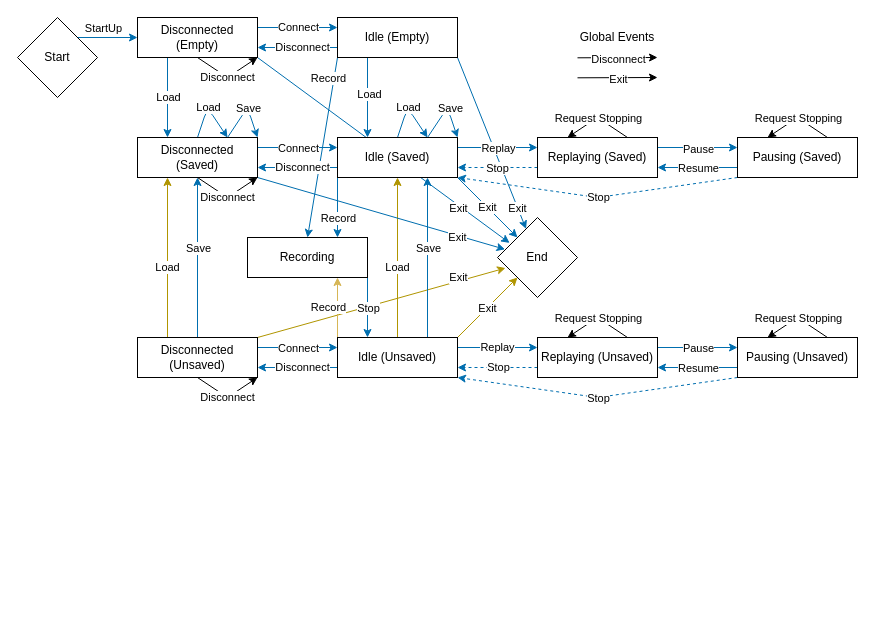
The draw.io diagram Design/States.drawio in nguyenquyhy/Flight-Recorder, before the edit. Source tidied: cells renumbered, new cells numbered last; positions are measured from the earlier drawing's top-left corner, leaving out a move shared by most shapes. Both pictures are drawn from the tidied source at 100%, with x=0, y=0 at pixel (17, 17).
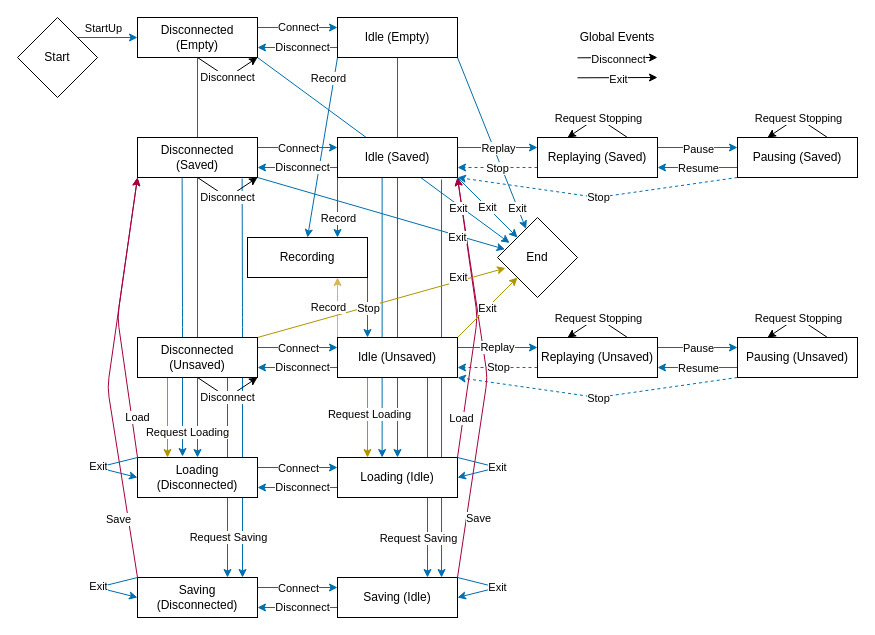
The same diagram, later.

Commit message (it also covers changes not shown here):
Support Save/Load huge files by serializing directly into stream

The change refers to these unchanged cells:
```xml
<mxCell id="81" value="Disconnected (Saved)" style="rounded=0;whiteSpace=wrap;html=1;" parent="1" vertex="1">
  <mxGeometry x="120" y="120" width="120" height="40" as="geometry" />
</mxCell>
<mxCell id="82" value="Idle (Saved)" style="rounded=0;whiteSpace=wrap;html=1;fontStyle=0;" parent="1" vertex="1">
  <mxGeometry x="320" y="120" width="120" height="40" as="geometry" />
</mxCell>
<mxCell id="84" value="Idle (Empty)" style="rounded=0;whiteSpace=wrap;html=1;fontStyle=0;" parent="1" vertex="1">
  <mxGeometry x="320" width="120" height="40" as="geometry" />
</mxCell>
<mxCell id="85" value="Disconnected (Empty)" style="rounded=0;whiteSpace=wrap;html=1;" parent="1" vertex="1">
  <mxGeometry x="120" width="120" height="40" as="geometry" />
</mxCell>
<mxCell id="87" value="Idle (Unsaved)" style="rounded=0;whiteSpace=wrap;html=1;fontStyle=0;" parent="1" vertex="1">
  <mxGeometry x="320" y="320" width="120" height="40" as="geometry" />
</mxCell>
<mxCell id="88" value="Disconnected (Unsaved)" style="rounded=0;whiteSpace=wrap;html=1;" parent="1" vertex="1">
  <mxGeometry x="120" y="320" width="120" height="40" as="geometry" />
</mxCell>
```

What changed in the source:
```diff
@@
+    <mxCell id="108" style="endArrow=classic;html=1;fillColor=#1ba1e2;strokeColor=#006EAF;exitX=0.867;exitY=1.05;exitDx=0;exitDy=0;exitPerimeter=0;entryX=0.867;entryY=0;entryDx=0;entryDy=0;entryPerimeter=0;" parent="1" edge="1" source="82" target="128">
+      <mxGeometry relative="1" as="geometry" />
+    </mxCell>
+    <mxCell id="60" style="endArrow=classic;html=1;exitX=0.5;exitY=1;exitDx=0;exitDy=0;entryX=0.5;entryY=0;entryDx=0;entryDy=0;fillColor=#1ba1e2;strokeColor=#006EAF;" parent="1" edge="1" source="84" target="122">
+      <mxGeometry relative="1" as="geometry" />
+    </mxCell>
+    <mxCell id="109" style="endArrow=classic;html=1;fillColor=#1ba1e2;strokeColor=#006EAF;exitX=0.372;exitY=1;exitDx=0;exitDy=0;exitPerimeter=0;entryX=0.372;entryY=0;entryDx=0;entryDy=0;entryPerimeter=0;" parent="1" edge="1" source="82" target="122">
+      <mxGeometry relative="1" as="geometry" />
+    </mxCell>
+    <mxCell id="77" style="endArrow=classic;html=1;exitX=0.872;exitY=1.027;exitDx=0;exitDy=0;fillColor=#1ba1e2;strokeColor=#006EAF;exitPerimeter=0;entryX=0.875;entryY=0;entryDx=0;entryDy=0;entryPerimeter=0;" parent="1" edge="1" source="81" target="127">
+      <mxGeometry relative="1" as="geometry">
+        <Array as="points">
+          <mxPoint x="225" y="300" />
+        </Array>
+      </mxGeometry>
+    </mxCell>
+    <mxCell id="79" style="endArrow=classic;html=1;exitX=0.75;exitY=1;exitDx=0;exitDy=0;fillColor=#1ba1e2;strokeColor=#006EAF;entryX=0.75;entryY=0;entryDx=0;entryDy=0;" parent="1" edge="1" source="88" target="127">
+      <mxGeometry relative="1" as="geometry" />
+    </mxCell>
+    <mxCell id="80" value="Request Saving" style="edgeLabel;html=1;align=center;verticalAlign=middle;" parent="79" vertex="1">
+      <mxGeometry x="0.12" relative="1" as="geometry">
+        <mxPoint y="47.6" as="offset" />
+      </mxGeometry>
+    </mxCell>
+    <mxCell id="73" style="endArrow=classic;html=1;entryX=0.5;entryY=0;entryDx=0;entryDy=0;fillColor=#1ba1e2;strokeColor=#006EAF;" parent="1" edge="1" source="85" target="121">
+      <mxGeometry relative="1" as="geometry" />
+    </mxCell>
+    <mxCell id="75" style="endArrow=classic;html=1;exitX=0.372;exitY=1.017;exitDx=0;exitDy=0;fillColor=#1ba1e2;strokeColor=#006EAF;exitPerimeter=0;" parent="1" edge="1" source="81">
+      <mxGeometry relative="1" as="geometry">
+        <mxPoint x="165" y="439" as="targetPoint" />
+        <Array as="points">
+          <mxPoint x="165" y="300" />
+        </Array>
+      </mxGeometry>
+    </mxCell>
+    <mxCell id="110" style="endArrow=classic;html=1;exitX=0;exitY=0;exitDx=0;exitDy=0;entryX=0;entryY=1;entryDx=0;entryDy=0;fillColor=#d80073;strokeColor=#A50040;" parent="1" edge="1" source="127" target="81">
+      <mxGeometry relative="1" as="geometry">
+        <Array as="points">
+          <mxPoint x="90" y="370" />
+        </Array>
+      </mxGeometry>
+    </mxCell>
+    <mxCell id="111" value="Save" style="edgeLabel;html=1;align=center;verticalAlign=middle;" parent="110" vertex="1">
+      <mxGeometry x="-0.8" y="1" relative="1" as="geometry">
+        <mxPoint x="-12.5" y="-19" as="offset" />
+      </mxGeometry>
+    </mxCell>
+    <mxCell id="112" style="endArrow=classic;html=1;exitX=1;exitY=0;exitDx=0;exitDy=0;entryX=1;entryY=1;entryDx=0;entryDy=0;fillColor=#d80073;strokeColor=#A50040;" parent="1" edge="1" source="128" target="82">
+      <mxGeometry relative="1" as="geometry">
+        <Array as="points">
+          <mxPoint x="470" y="360" />
+        </Array>
+      </mxGeometry>
+    </mxCell>
+    <mxCell id="113" value="Save" style="edgeLabel;html=1;align=center;verticalAlign=middle;" parent="112" vertex="1">
+      <mxGeometry x="-0.8" relative="1" as="geometry">
+        <mxPoint x="14.1" y="-20.4" as="offset" />
+      </mxGeometry>
+    </mxCell>
+    <mxCell id="114" style="endArrow=classic;html=1;exitX=1;exitY=0;exitDx=0;exitDy=0;entryX=1;entryY=1;entryDx=0;entryDy=0;fillColor=#d80073;strokeColor=#A50040;" parent="1" edge="1" source="122" target="82">
+      <mxGeometry relative="1" as="geometry">
+        <Array as="points">
+          <mxPoint x="460" y="300" />
+        </Array>
+      </mxGeometry>
+    </mxCell>
+    <mxCell id="115" value="Load" style="edgeLabel;html=1;align=center;verticalAlign=middle;" parent="114" vertex="1">
+      <mxGeometry x="-0.65" y="3" relative="1" as="geometry">
+        <mxPoint y="9.5" as="offset" />
+      </mxGeometry>
+    </mxCell>
-    <mxCell id="2" style="endArrow=classic;html=1;exitX=0.25;exitY=0;exitDx=0;exitDy=0;entryX=0.25;entryY=1;entryDx=0;entryDy=0;fillColor=#e3c800;strokeColor=#B09500;" parent="1" edge="1" source="88" target="81">
+    <mxCell id="2" style="endArrow=classic;html=1;exitX=0.25;exitY=1;exitDx=0;exitDy=0;entryX=0.25;entryY=0;entryDx=0;entryDy=0;fillColor=#e3c800;strokeColor=#B09500;" parent="1" edge="1" source="88" target="121">
       <mxGeometry relative="1" as="geometry" />
     </mxCell>
@@
+    <mxCell id="116" value="Request Loading" style="edgeLabel;html=1;align=center;verticalAlign=middle;" parent="2" vertex="1">
+      <mxGeometry x="0.37" y="-2" relative="1" as="geometry">
+        <mxPoint x="22" y="-1" as="offset" />
+      </mxGeometry>
+    </mxCell>
@@
-    <mxCell id="10" style="endArrow=classic;html=1;exitX=0.5;exitY=0;exitDx=0;exitDy=0;entryX=0.5;entryY=1;entryDx=0;entryDy=0;fillColor=#e3c800;strokeColor=#B09500;" parent="1" edge="1" source="87" target="82">
+    <mxCell id="10" style="endArrow=classic;html=1;exitX=0.25;exitY=1;exitDx=0;exitDy=0;entryX=0.25;entryY=0;entryDx=0;entryDy=0;fillColor=#e3c800;strokeColor=#B09500;" parent="1" edge="1" source="87" target="122">
       <mxGeometry relative="1" as="geometry" />
     </mxCell>
-    <mxCell id="11" value="Load" style="edgeLabel;html=1;align=center;verticalAlign=middle;" parent="10" vertex="1">
+    <mxCell id="11" value="Request Loading" style="edgeLabel;html=1;align=center;verticalAlign=middle;" parent="10" vertex="1">
       <mxGeometry x="-0.11" y="1" relative="1" as="geometry" />
     </mxCell>
@@
-    <mxCell id="18" style="endArrow=classic;html=1;entryX=0.75;entryY=1;entryDx=0;entryDy=0;fillColor=#1ba1e2;strokeColor=#006EAF;exitX=0.75;exitY=0;exitDx=0;exitDy=0;" parent="1" edge="1" source="87" target="82">
+    <mxCell id="18" style="endArrow=classic;html=1;fillColor=#1ba1e2;strokeColor=#006EAF;exitX=0.75;exitY=1;exitDx=0;exitDy=0;entryX=0.75;entryY=0;entryDx=0;entryDy=0;" parent="1" edge="1" source="87" target="128">
       <mxGeometry relative="1" as="geometry" />
     </mxCell>
-    <mxCell id="19" value="Save" style="edgeLabel;html=1;align=center;verticalAlign=middle;" parent="18" vertex="1">
+    <mxCell id="19" value="Request Saving" style="edgeLabel;html=1;align=center;verticalAlign=middle;" parent="18" vertex="1">
       <mxGeometry x="-0.29" y="-1" relative="1" as="geometry">
-        <mxPoint x="-1" y="-32.9" as="offset" />
+        <mxPoint x="-9" y="89.2" as="offset" />
       </mxGeometry>
     </mxCell>
@@
-    <mxCell id="58" style="endArrow=classic;html=1;exitX=0.5;exitY=0;exitDx=0;exitDy=0;entryX=0.75;entryY=0;entryDx=0;entryDy=0;fillColor=#1ba1e2;strokeColor=#006EAF;" parent="1" edge="1" source="82" target="82">
-      <mxGeometry relative="1" as="geometry">
-        <Array as="points">
-          <mxPoint x="390" y="90" />
-        </Array>
-      </mxGeometry>
-    </mxCell>
-    <mxCell id="59" value="Load" style="edgeLabel;html=1;align=center;verticalAlign=middle;" parent="58" vertex="1">
-      <mxGeometry x="-0.24" y="-1" relative="1" as="geometry">
-        <mxPoint x="0.9" y="-5.8" as="offset" />
-      </mxGeometry>
-    </mxCell>
-    <mxCell id="60" style="endArrow=classic;html=1;exitX=0.25;exitY=1;exitDx=0;exitDy=0;entryX=0.25;entryY=0;entryDx=0;entryDy=0;fillColor=#1ba1e2;strokeColor=#006EAF;" parent="1" edge="1" source="84" target="82">
-      <mxGeometry relative="1" as="geometry" />
-    </mxCell>
-    <mxCell id="61" value="Load" style="edgeLabel;html=1;align=center;verticalAlign=middle;" parent="60" vertex="1">
-      <mxGeometry x="-0.11" y="1" relative="1" as="geometry" />
-    </mxCell>
@@
-    <mxCell id="66" style="endArrow=classic;html=1;exitX=0.75;exitY=0;exitDx=0;exitDy=0;entryX=1;entryY=0;entryDx=0;entryDy=0;fillColor=#1ba1e2;strokeColor=#006EAF;" parent="1" edge="1" source="82" target="82">
-      <mxGeometry relative="1" as="geometry">
-        <Array as="points">
-          <mxPoint x="430" y="90" />
-        </Array>
-      </mxGeometry>
-    </mxCell>
-    <mxCell id="67" value="Save" style="edgeLabel;html=1;align=center;verticalAlign=middle;" parent="66" vertex="1">
-      <mxGeometry x="0.36" y="-1" relative="1" as="geometry">
-        <mxPoint y="-9.6" as="offset" />
-      </mxGeometry>
-    </mxCell>
@@
-    <mxCell id="73" style="endArrow=classic;html=1;entryX=0.25;entryY=0;entryDx=0;entryDy=0;exitX=0.25;exitY=1;exitDx=0;exitDy=0;fillColor=#1ba1e2;strokeColor=#006EAF;" parent="1" edge="1" source="85" target="81">
-      <mxGeometry relative="1" as="geometry" />
-    </mxCell>
-    <mxCell id="74" value="Load" style="edgeLabel;html=1;align=center;verticalAlign=middle;" parent="73" vertex="1">
-      <mxGeometry x="-0.19" y="-1" relative="1" as="geometry">
-        <mxPoint x="1" y="7.6" as="offset" />
-      </mxGeometry>
-    </mxCell>
-    <mxCell id="75" style="endArrow=classic;html=1;exitX=0.5;exitY=0;exitDx=0;exitDy=0;entryX=0.75;entryY=0;entryDx=0;entryDy=0;fillColor=#1ba1e2;strokeColor=#006EAF;" parent="1" edge="1" source="81" target="81">
-      <mxGeometry relative="1" as="geometry">
-        <Array as="points">
-          <mxPoint x="190" y="90" />
-        </Array>
-      </mxGeometry>
-    </mxCell>
-    <mxCell id="76" value="Load" style="edgeLabel;html=1;align=center;verticalAlign=middle;" parent="75" vertex="1">
-      <mxGeometry x="-0.36" relative="1" as="geometry">
-        <mxPoint x="3.1" y="-9.4" as="offset" />
-      </mxGeometry>
-    </mxCell>
-    <mxCell id="77" style="endArrow=classic;html=1;exitX=0.75;exitY=0;exitDx=0;exitDy=0;entryX=1;entryY=0;entryDx=0;entryDy=0;fillColor=#1ba1e2;strokeColor=#006EAF;" parent="1" edge="1" source="81" target="81">
-      <mxGeometry relative="1" as="geometry">
-        <Array as="points">
-          <mxPoint x="230" y="90" />
-        </Array>
-      </mxGeometry>
-    </mxCell>
-    <mxCell id="78" value="Save" style="edgeLabel;html=1;align=center;verticalAlign=middle;" parent="77" vertex="1">
-      <mxGeometry x="0.35" y="1" relative="1" as="geometry">
-        <mxPoint x="-4" y="-8.8" as="offset" />
-      </mxGeometry>
-    </mxCell>
-    <mxCell id="79" style="endArrow=classic;html=1;exitX=0.5;exitY=0;exitDx=0;exitDy=0;entryX=0.5;entryY=1;entryDx=0;entryDy=0;fillColor=#1ba1e2;strokeColor=#006EAF;" parent="1" edge="1" source="88" target="81">
-      <mxGeometry relative="1" as="geometry" />
-    </mxCell>
-    <mxCell id="80" value="Save" style="edgeLabel;html=1;align=center;verticalAlign=middle;" parent="79" vertex="1">
-      <mxGeometry x="0.12" relative="1" as="geometry" />
-    </mxCell>
@@
+    <mxCell id="117" style="endArrow=classic;html=1;fillColor=#1ba1e2;strokeColor=#006EAF;entryX=0;entryY=0.25;entryDx=0;entryDy=0;exitX=1;exitY=0.25;exitDx=0;exitDy=0;" parent="1" edge="1" source="121" target="122">
+      <mxGeometry relative="1" as="geometry" />
+    </mxCell>
+    <mxCell id="118" value="Connect" style="edgeLabel;html=1;align=center;verticalAlign=middle;" parent="117" vertex="1">
+      <mxGeometry x="-0.31" y="-1" relative="1" as="geometry">
+        <mxPoint x="12.6" y="-1" as="offset" />
+      </mxGeometry>
+    </mxCell>
+    <mxCell id="119" style="endArrow=classic;html=1;fillColor=#1ba1e2;strokeColor=#006EAF;entryX=1;entryY=0.75;entryDx=0;entryDy=0;exitX=0;exitY=0.75;exitDx=0;exitDy=0;" parent="1" edge="1" source="122" target="121">
+      <mxGeometry relative="1" as="geometry" />
+    </mxCell>
+    <mxCell id="120" value="Disconnect" style="edgeLabel;html=1;align=center;verticalAlign=middle;" parent="119" vertex="1">
+      <mxGeometry x="0.1" y="2" relative="1" as="geometry">
+        <mxPoint x="8.4" y="-2.7" as="offset" />
+      </mxGeometry>
+    </mxCell>
+    <mxCell id="121" value="Loading (Disconnected)" style="rounded=0;whiteSpace=wrap;html=1;" parent="1" vertex="1">
+      <mxGeometry x="120" y="440" width="120" height="40" as="geometry" />
+    </mxCell>
+    <mxCell id="122" value="Loading (Idle)" style="rounded=0;whiteSpace=wrap;html=1;" parent="1" vertex="1">
+      <mxGeometry x="320" y="440" width="120" height="40" as="geometry" />
+    </mxCell>
+    <mxCell id="123" style="endArrow=classic;html=1;fillColor=#1ba1e2;strokeColor=#006EAF;entryX=0;entryY=0.25;entryDx=0;entryDy=0;exitX=1;exitY=0.25;exitDx=0;exitDy=0;" parent="1" edge="1" source="127" target="128">
+      <mxGeometry relative="1" as="geometry" />
+    </mxCell>
+    <mxCell id="124" value="Connect" style="edgeLabel;html=1;align=center;verticalAlign=middle;" parent="123" vertex="1">
+      <mxGeometry x="-0.31" y="-1" relative="1" as="geometry">
+        <mxPoint x="12.6" y="-1" as="offset" />
+      </mxGeometry>
+    </mxCell>
+    <mxCell id="125" style="endArrow=classic;html=1;fillColor=#1ba1e2;strokeColor=#006EAF;entryX=1;entryY=0.75;entryDx=0;entryDy=0;exitX=0;exitY=0.75;exitDx=0;exitDy=0;" parent="1" edge="1" source="128" target="127">
+      <mxGeometry relative="1" as="geometry" />
+    </mxCell>
+    <mxCell id="126" value="Disconnect" style="edgeLabel;html=1;align=center;verticalAlign=middle;" parent="125" vertex="1">
+      <mxGeometry x="0.1" y="2" relative="1" as="geometry">
+        <mxPoint x="8.4" y="-2.7" as="offset" />
+      </mxGeometry>
+    </mxCell>
+    <mxCell id="127" value="Saving (Disconnected)" style="rounded=0;whiteSpace=wrap;html=1;" parent="1" vertex="1">
+      <mxGeometry x="120" y="560" width="120" height="40" as="geometry" />
+    </mxCell>
+    <mxCell id="128" value="Saving (Idle)" style="rounded=0;whiteSpace=wrap;html=1;" parent="1" vertex="1">
+      <mxGeometry x="320" y="560" width="120" height="40" as="geometry" />
+    </mxCell>
+    <mxCell id="129" style="endArrow=classic;html=1;exitX=0;exitY=0;exitDx=0;exitDy=0;entryX=0;entryY=1;entryDx=0;entryDy=0;fillColor=#d80073;strokeColor=#A50040;" parent="1" edge="1" source="121" target="81">
+      <mxGeometry relative="1" as="geometry">
+        <Array as="points">
+          <mxPoint x="100" y="300" />
+        </Array>
+      </mxGeometry>
+    </mxCell>
+    <mxCell id="130" value="Load" style="edgeLabel;html=1;align=center;verticalAlign=middle;" parent="129" vertex="1">
+      <mxGeometry x="-0.74" y="-2" relative="1" as="geometry">
+        <mxPoint x="3.2" y="-3.4" as="offset" />
+      </mxGeometry>
+    </mxCell>
+    <mxCell id="131" style="endArrow=classic;html=1;exitX=1;exitY=0;exitDx=0;exitDy=0;entryX=1;entryY=0.5;entryDx=0;entryDy=0;fillColor=#1ba1e2;strokeColor=#006EAF;" parent="1" edge="1" source="122" target="122">
+      <mxGeometry relative="1" as="geometry">
+        <Array as="points">
+          <mxPoint x="480" y="450" />
+        </Array>
+      </mxGeometry>
+    </mxCell>
+    <mxCell id="132" value="Exit" style="edgeLabel;html=1;align=center;verticalAlign=middle;" parent="131" vertex="1">
+      <mxGeometry x="0.25" y="1" relative="1" as="geometry">
+        <mxPoint x="10.1" y="-3.6" as="offset" />
+      </mxGeometry>
+    </mxCell>
+    <mxCell id="133" style="endArrow=classic;html=1;exitX=1;exitY=0;exitDx=0;exitDy=0;entryX=1;entryY=0.5;entryDx=0;entryDy=0;fillColor=#1ba1e2;strokeColor=#006EAF;" parent="1" edge="1" source="128" target="128">
+      <mxGeometry relative="1" as="geometry">
+        <Array as="points">
+          <mxPoint x="480" y="570" />
+        </Array>
+      </mxGeometry>
+    </mxCell>
+    <mxCell id="134" value="Exit" style="edgeLabel;html=1;align=center;verticalAlign=middle;" parent="133" vertex="1">
+      <mxGeometry x="0.25" y="1" relative="1" as="geometry">
+        <mxPoint x="10.1" y="-3.6" as="offset" />
+      </mxGeometry>
+    </mxCell>
+    <mxCell id="135" style="endArrow=classic;html=1;entryX=0;entryY=0.5;entryDx=0;entryDy=0;fillColor=#1ba1e2;strokeColor=#006EAF;" parent="1" edge="1" target="121">
+      <mxGeometry relative="1" as="geometry">
+        <mxPoint x="120" y="440" as="sourcePoint" />
+        <Array as="points">
+          <mxPoint x="80" y="450" />
+        </Array>
+      </mxGeometry>
+    </mxCell>
+    <mxCell id="136" value="Exit" style="edgeLabel;html=1;align=center;verticalAlign=middle;" parent="135" vertex="1">
+      <mxGeometry x="0.25" y="1" relative="1" as="geometry">
+        <mxPoint x="-10.6" y="-3.6" as="offset" />
+      </mxGeometry>
+    </mxCell>
+    <mxCell id="137" style="endArrow=classic;html=1;exitX=0;exitY=0;exitDx=0;exitDy=0;entryX=0;entryY=0.5;entryDx=0;entryDy=0;fillColor=#1ba1e2;strokeColor=#006EAF;" parent="1" edge="1" source="127" target="127">
+      <mxGeometry relative="1" as="geometry">
+        <Array as="points">
+          <mxPoint x="80" y="570" />
+        </Array>
+      </mxGeometry>
+    </mxCell>
+    <mxCell id="138" value="Exit" style="edgeLabel;html=1;align=center;verticalAlign=middle;" parent="137" vertex="1">
+      <mxGeometry x="0.25" y="1" relative="1" as="geometry">
+        <mxPoint x="-10.6" y="-3.6" as="offset" />
+      </mxGeometry>
+    </mxCell>
```
